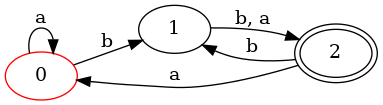
HuangOlivier/Sorbonne_L2 keeps this Graphviz diagram as Math/Python/affichage.dot.png. Above is the earlier version. Its source is kept beside it as Math/Python/affichage.dot. The source it was exported from:
```dot
digraph a {
 rankdir=LR
0[ label ="0", color=red ];
0 -> 1 [ label = "b" ];
0 -> 0 [ label = "a" ];
1[ label ="1",];
1 -> 2 [ label = "b, a" ];
2[ label ="2",peripheries=2 ];
2 -> 1 [ label = "b" ];
2 -> 0 [ label = "a" ];
}
```
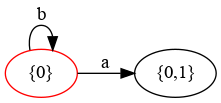
The same file after the commit.

Diff of the diagram source:
```diff
@@ -1,11 +1,7 @@
 digraph a {
  rankdir=LR
-0[ label ="0", color=red ];
-0 -> 1 [ label = "b" ];
-0 -> 0 [ label = "a" ];
-1[ label ="1",];
-1 -> 2 [ label = "b, a" ];
-2[ label ="2",peripheries=2 ];
-2 -> 1 [ label = "b" ];
-2 -> 0 [ label = "a" ];
+0[ label ="{0}", color=red ];
+0 -> 0 [ label = "b" ];
+0 -> 4 [ label = "a" ];
+4[ label ="{0,1}",];
 }
```
